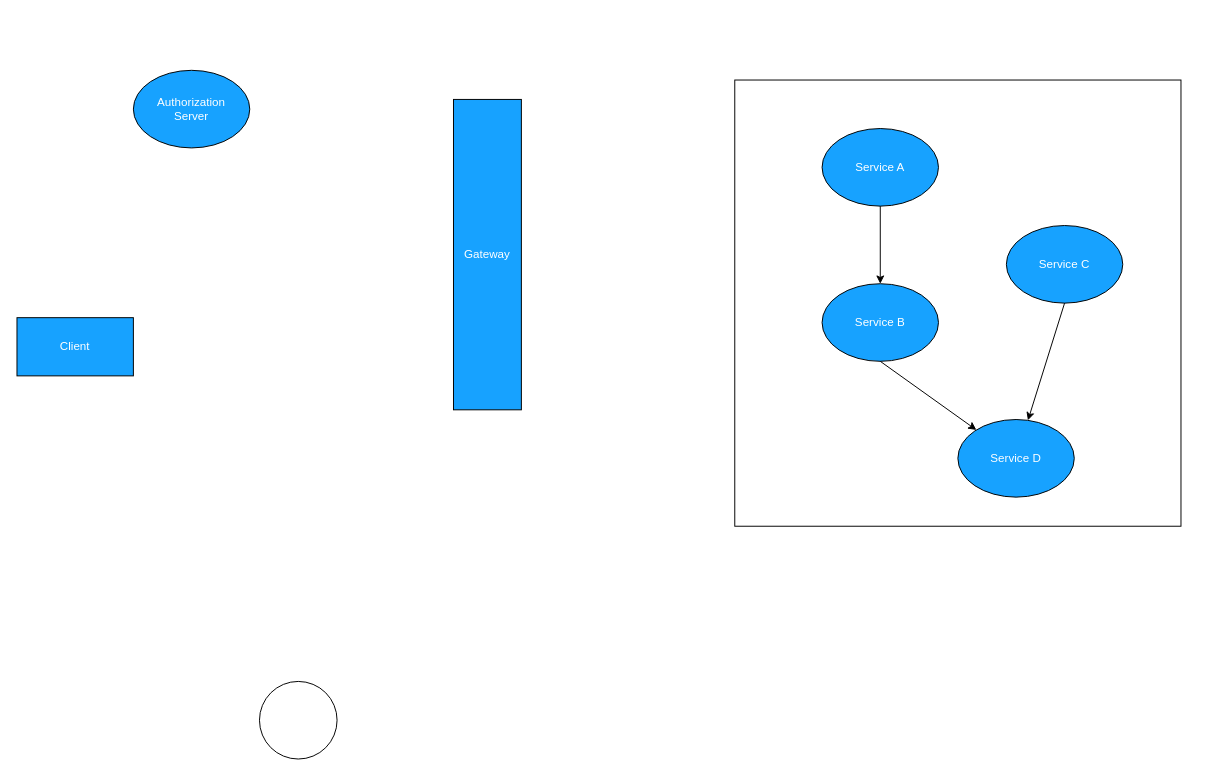
Before: Untitled Diagram.drawio in loverfang/mydiagrams, a draw.io diagram. Source tidied: cells renumbered, new cells numbered last; positions are measured from the earlier drawing's top-left corner, leaving out a move shared by most shapes. Both pictures are drawn from the tidied source at 97%, with x=0, y=0 at pixel (16, 70).
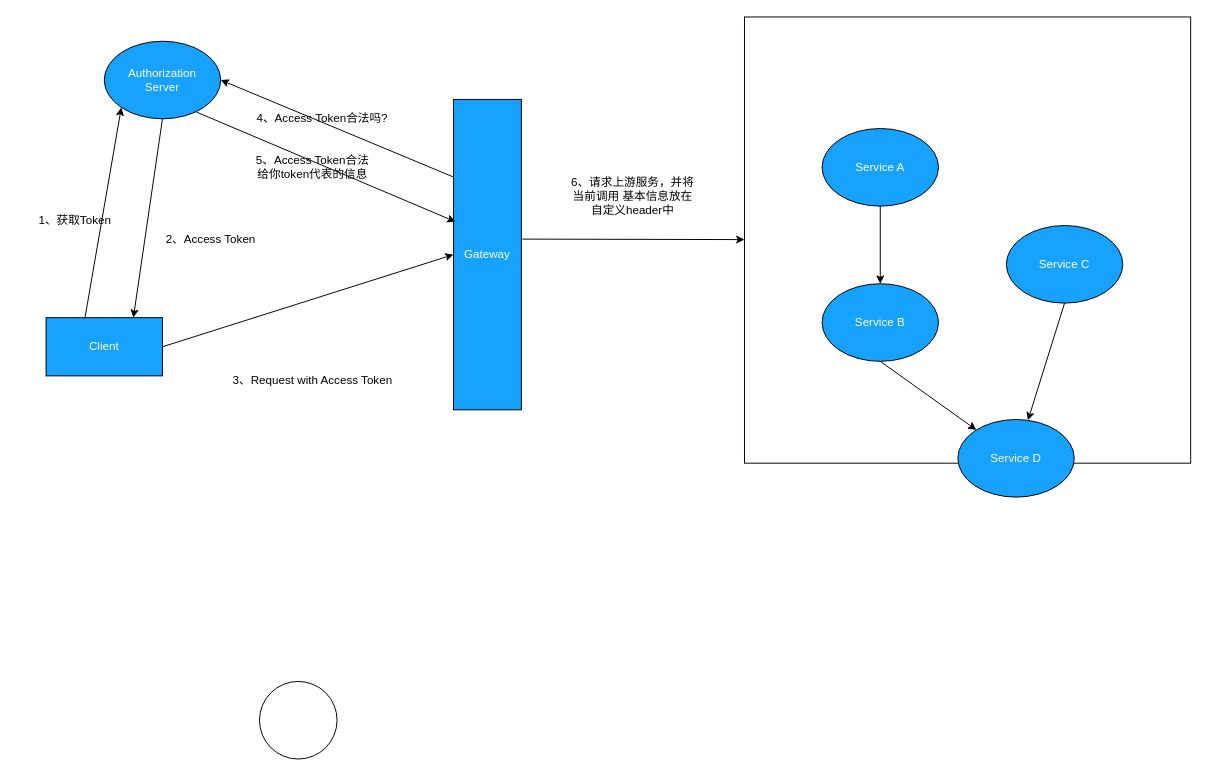
Above is the later version.

Unchanged cells that the change refers to:
```xml
<mxCell id="6" value="Gateway" style="rounded=0;whiteSpace=wrap;html=1;fillColor=#17A2FF;fontColor=#FFFFFF;" parent="1" vertex="1">
  <mxGeometry x="450" y="30" width="70" height="320" as="geometry" />
</mxCell>
```

What changed in the source:
```diff
@@
     <mxCell id="3" value="Authorization&lt;br&gt;Server" style="ellipse;whiteSpace=wrap;html=1;fillColor=#17A2FF;fontColor=#FFFFFF;" parent="1" vertex="1">
-      <mxGeometry x="120" width="120" height="80" as="geometry" />
+      <mxGeometry x="90" y="-30" width="120" height="80" as="geometry" />
     </mxCell>
     <mxCell id="4" value="Client" style="rounded=0;whiteSpace=wrap;html=1;fillColor=#17A2FF;fontColor=#FFFFFF;" parent="1" vertex="1">
-      <mxGeometry y="255" width="120" height="60" as="geometry" />
+      <mxGeometry x="30" y="255" width="120" height="60" as="geometry" />
     </mxCell>
     <mxCell id="5" style="whiteSpace=wrap;html=1;" parent="1" vertex="1">
-      <mxGeometry x="740" y="10" width="460" height="460" as="geometry" />
+      <mxGeometry x="750" y="-55" width="460" height="460" as="geometry" />
     </mxCell>
@@
+    <mxCell id="14" style="endArrow=classic;html=1;fontColor=#FFFFFF;exitX=0.333;exitY=0.017;exitDx=0;exitDy=0;entryX=0;entryY=1;entryDx=0;entryDy=0;exitPerimeter=0;" parent="1" edge="1" source="4" target="3">
+      <mxGeometry relative="1" as="geometry" />
+    </mxCell>
+    <mxCell id="15" style="endArrow=classic;html=1;fontColor=#FFFFFF;exitX=0.5;exitY=1;exitDx=0;exitDy=0;entryX=0.75;entryY=0;entryDx=0;entryDy=0;" parent="1" edge="1" source="3" target="4">
+      <mxGeometry relative="1" as="geometry" />
+    </mxCell>
+    <mxCell id="16" value="&lt;font color=&quot;#000000&quot;&gt;1、获取Token&lt;/font&gt;" style="text;html=1;strokeColor=none;fillColor=none;align=center;verticalAlign=middle;whiteSpace=wrap;rounded=0;fontColor=#FFFFFF;" parent="1" vertex="1">
+      <mxGeometry x="10" y="140" width="100" height="30" as="geometry" />
+    </mxCell>
+    <mxCell id="17" value="&lt;font color=&quot;#000000&quot;&gt;2、Access Token&lt;/font&gt;" style="text;html=1;strokeColor=none;fillColor=none;align=center;verticalAlign=middle;whiteSpace=wrap;rounded=0;fontColor=#FFFFFF;" parent="1" vertex="1">
+      <mxGeometry x="150" y="160" width="100" height="30" as="geometry" />
+    </mxCell>
+    <mxCell id="18" value="&lt;font color=&quot;#000000&quot;&gt;3、Request with Access Token&lt;/font&gt;" style="text;html=1;strokeColor=none;fillColor=none;align=center;verticalAlign=middle;whiteSpace=wrap;rounded=0;fontColor=#FFFFFF;" parent="1" vertex="1">
+      <mxGeometry x="210" y="310" width="190" height="20" as="geometry" />
+    </mxCell>
+    <mxCell id="19" style="endArrow=classic;html=1;fontColor=#FFFFFF;exitX=1;exitY=0.5;exitDx=0;exitDy=0;entryX=0;entryY=0.5;entryDx=0;entryDy=0;" parent="1" edge="1" source="4" target="6">
+      <mxGeometry relative="1" as="geometry" />
+    </mxCell>
+    <mxCell id="20" value="&lt;font color=&quot;#000000&quot;&gt;4、Access Token合法吗?&lt;/font&gt;" style="text;html=1;strokeColor=none;fillColor=none;align=center;verticalAlign=middle;whiteSpace=wrap;rounded=0;fontColor=#FFFFFF;" parent="1" vertex="1">
+      <mxGeometry x="220" y="40" width="190" height="20" as="geometry" />
+    </mxCell>
+    <mxCell id="21" value="&lt;font color=&quot;#000000&quot;&gt;5、Access Token合法&lt;br&gt;给你token代表的信息&lt;br&gt;&lt;/font&gt;" style="text;html=1;strokeColor=none;fillColor=none;align=center;verticalAlign=middle;whiteSpace=wrap;rounded=0;fontColor=#FFFFFF;" parent="1" vertex="1">
+      <mxGeometry x="205" y="90" width="200" height="20" as="geometry" />
+    </mxCell>
+    <mxCell id="22" style="endArrow=classic;html=1;fontColor=#FFFFFF;exitX=0;exitY=0.25;exitDx=0;exitDy=0;entryX=1;entryY=0.5;entryDx=0;entryDy=0;" parent="1" edge="1" source="6" target="3">
+      <mxGeometry relative="1" as="geometry" />
+    </mxCell>
+    <mxCell id="23" style="endArrow=classic;html=1;fontColor=#FFFFFF;exitX=0.792;exitY=0.913;exitDx=0;exitDy=0;exitPerimeter=0;entryX=0.029;entryY=0.394;entryDx=0;entryDy=0;entryPerimeter=0;" parent="1" edge="1" source="3" target="6">
+      <mxGeometry relative="1" as="geometry" />
+    </mxCell>
+    <mxCell id="24" style="endArrow=classic;html=1;fontColor=#FFFFFF;exitX=1.014;exitY=0.45;exitDx=0;exitDy=0;exitPerimeter=0;" parent="1" edge="1" source="6" target="5">
+      <mxGeometry relative="1" as="geometry" />
+    </mxCell>
+    <mxCell id="25" value="6、请求上游服务，并将当前调用 基本信息放在自定义header中" style="text;html=1;strokeColor=none;fillColor=none;align=center;verticalAlign=middle;whiteSpace=wrap;rounded=0;" parent="1" vertex="1">
+      <mxGeometry x="570" y="120" width="130" height="20" as="geometry" />
+    </mxCell>
```
